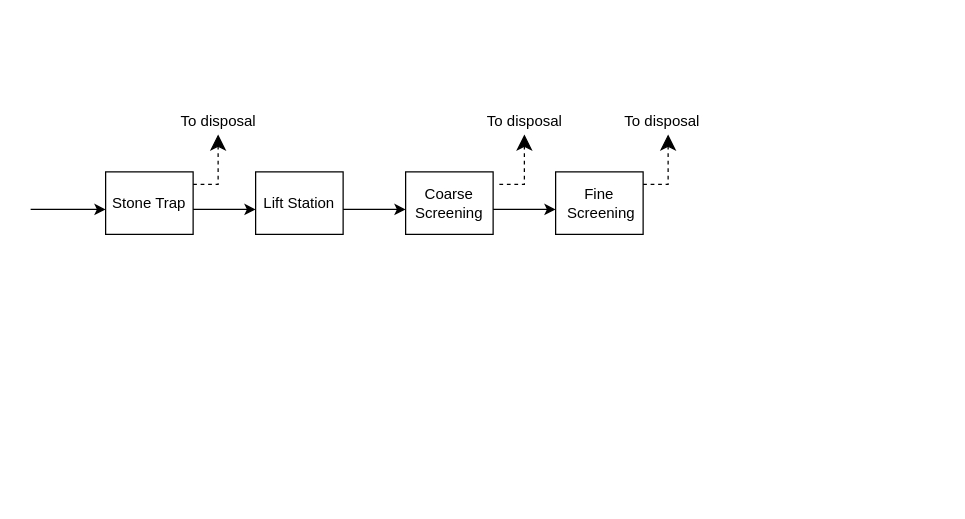
Earlier version of the draw.io diagram Untitled Diagram.drawio (aycatoksoy/MB-Flowchart). Source tidied: cells renumbered, new cells numbered last; positions are measured from the earlier drawing's top-left corner, leaving out a move shared by most shapes. Both pictures are drawn from the tidied source at 125%, with x=0, y=0 at pixel (30, 109).
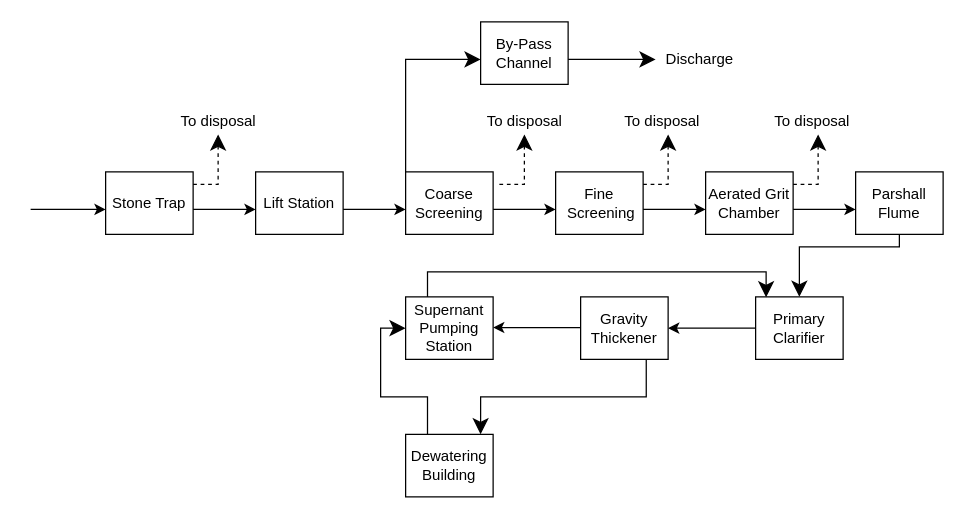
The same page after the edit.

Change to the diagram source:
```diff
@@
+    <mxCell id="16" style="endArrow=classic;html=1;rounded=0;sketch=0;endSize=10;targetPerimeterSpacing=4;strokeWidth=1;jumpStyle=sharp;jumpSize=16;" parent="1" edge="1">
+      <mxGeometry relative="1" as="geometry">
+        <mxPoint x="300" y="50" as="sourcePoint" />
+        <mxPoint x="360" y="-40" as="targetPoint" />
+        <Array as="points">
+          <mxPoint x="300" y="-40" />
+        </Array>
+      </mxGeometry>
+    </mxCell>
+    <mxCell id="17" value="By-Pass Channel&lt;br&gt;" style="rounded=0;whiteSpace=wrap;html=1;" parent="1" vertex="1">
+      <mxGeometry x="360" y="-70" width="70" height="50" as="geometry" />
+    </mxCell>
+    <mxCell id="18" style="endArrow=classic;html=1;rounded=0;sketch=0;endSize=10;targetPerimeterSpacing=4;strokeWidth=1;jumpStyle=sharp;jumpSize=16;" parent="1" edge="1">
+      <mxGeometry relative="1" as="geometry">
+        <mxPoint x="430" y="-40" as="sourcePoint" />
+        <mxPoint x="500" y="-40" as="targetPoint" />
+      </mxGeometry>
+    </mxCell>
+    <mxCell id="19" value="Discharge&lt;br&gt;" style="text;html=1;align=center;verticalAlign=middle;strokeColor=none;fillColor=none;" parent="1" vertex="1">
+      <mxGeometry x="500" y="-50" width="70" height="20" as="geometry" />
+    </mxCell>
+    <mxCell id="20" style="endArrow=classic;html=1;rounded=0;" parent="1" edge="1">
+      <mxGeometry relative="1" as="geometry">
+        <mxPoint x="510" y="80" as="sourcePoint" />
+        <mxPoint x="540" y="80" as="targetPoint" />
+        <Array as="points">
+          <mxPoint x="490" y="80" />
+        </Array>
+      </mxGeometry>
+    </mxCell>
+    <mxCell id="21" value="Aerated Grit Chamber&lt;br&gt;" style="rounded=0;whiteSpace=wrap;html=1;sketch=0;" parent="1" vertex="1">
+      <mxGeometry x="540" y="50" width="70" height="50" as="geometry" />
+    </mxCell>
+    <mxCell id="22" style="endArrow=classic;html=1;rounded=0;" parent="1" edge="1">
+      <mxGeometry relative="1" as="geometry">
+        <mxPoint x="630" y="80" as="sourcePoint" />
+        <mxPoint x="660" y="80" as="targetPoint" />
+        <Array as="points">
+          <mxPoint x="610" y="80" />
+        </Array>
+      </mxGeometry>
+    </mxCell>
+    <mxCell id="23" style="edgeStyle=orthogonalEdgeStyle;rounded=0;sketch=0;jumpStyle=sharp;jumpSize=16;jettySize=auto;html=1;entryX=0.5;entryY=0;entryDx=0;entryDy=0;endSize=10;targetPerimeterSpacing=4;strokeWidth=1;" parent="1" edge="1" source="24" target="27">
+      <mxGeometry relative="1" as="geometry">
+        <Array as="points">
+          <mxPoint x="695" y="110" />
+          <mxPoint x="615" y="110" />
+        </Array>
+      </mxGeometry>
+    </mxCell>
+    <mxCell id="24" value="Parshall Flume&lt;br&gt;" style="rounded=0;whiteSpace=wrap;html=1;sketch=0;" parent="1" vertex="1">
+      <mxGeometry x="660" y="50" width="70" height="50" as="geometry" />
+    </mxCell>
+    <mxCell id="25" style="endArrow=classic;html=1;rounded=0;sketch=0;endSize=10;targetPerimeterSpacing=4;strokeWidth=1;jumpStyle=sharp;jumpSize=16;dashed=1;" parent="1" edge="1">
+      <mxGeometry relative="1" as="geometry">
+        <mxPoint x="610" y="60" as="sourcePoint" />
+        <mxPoint x="630" y="20" as="targetPoint" />
+        <Array as="points">
+          <mxPoint x="630" y="60" />
+        </Array>
+      </mxGeometry>
+    </mxCell>
+    <mxCell id="26" value="To disposal&lt;br&gt;" style="text;html=1;align=center;verticalAlign=middle;strokeColor=none;fillColor=none;" parent="1" vertex="1">
+      <mxGeometry x="590" width="70" height="20" as="geometry" />
+    </mxCell>
+    <mxCell id="27" value="Primary Clarifier&lt;br&gt;" style="rounded=0;whiteSpace=wrap;html=1;sketch=0;" parent="1" vertex="1">
+      <mxGeometry x="580" y="150" width="70" height="50" as="geometry" />
+    </mxCell>
+    <mxCell id="28" style="edgeStyle=orthogonalEdgeStyle;rounded=0;sketch=0;jumpStyle=sharp;jumpSize=16;jettySize=auto;html=1;exitX=0.75;exitY=1;exitDx=0;exitDy=0;entryX=0.857;entryY=0;entryDx=0;entryDy=0;entryPerimeter=0;endSize=10;targetPerimeterSpacing=4;strokeWidth=1;" parent="1" edge="1" source="29" target="35">
+      <mxGeometry relative="1" as="geometry" />
+    </mxCell>
+    <mxCell id="29" value="Gravity Thickener&lt;br&gt;" style="rounded=0;whiteSpace=wrap;html=1;sketch=0;" parent="1" vertex="1">
+      <mxGeometry x="440" y="150" width="70" height="50" as="geometry" />
+    </mxCell>
+    <mxCell id="30" style="endArrow=classic;html=1;rounded=0;entryX=1;entryY=0.5;entryDx=0;entryDy=0;exitX=0;exitY=0.5;exitDx=0;exitDy=0;" parent="1" edge="1" source="27" target="29">
+      <mxGeometry relative="1" as="geometry" />
+    </mxCell>
+    <mxCell id="31" style="edgeStyle=orthogonalEdgeStyle;rounded=0;sketch=0;jumpStyle=sharp;jumpSize=16;jettySize=auto;html=1;exitX=0.25;exitY=0;exitDx=0;exitDy=0;entryX=0.12;entryY=0.008;entryDx=0;entryDy=0;entryPerimeter=0;endSize=10;targetPerimeterSpacing=4;strokeWidth=1;" parent="1" edge="1" source="32" target="27">
+      <mxGeometry relative="1" as="geometry" />
+    </mxCell>
+    <mxCell id="32" value="Supernant Pumping Station" style="rounded=0;whiteSpace=wrap;html=1;sketch=0;" parent="1" vertex="1">
+      <mxGeometry x="300" y="150" width="70" height="50" as="geometry" />
+    </mxCell>
+    <mxCell id="33" style="endArrow=classic;html=1;rounded=0;entryX=1;entryY=0.5;entryDx=0;entryDy=0;exitX=0;exitY=0.5;exitDx=0;exitDy=0;" parent="1" edge="1">
+      <mxGeometry relative="1" as="geometry">
+        <mxPoint x="440" y="174.5" as="sourcePoint" />
+        <mxPoint x="370" y="174.5" as="targetPoint" />
+      </mxGeometry>
+    </mxCell>
+    <mxCell id="34" style="edgeStyle=orthogonalEdgeStyle;rounded=0;sketch=0;jumpStyle=sharp;jumpSize=16;jettySize=auto;html=1;exitX=0.25;exitY=0;exitDx=0;exitDy=0;entryX=0;entryY=0.5;entryDx=0;entryDy=0;endSize=10;targetPerimeterSpacing=4;strokeWidth=1;" parent="1" edge="1" source="35" target="32">
+      <mxGeometry relative="1" as="geometry" />
+    </mxCell>
+    <mxCell id="35" value="Dewatering Building" style="rounded=0;whiteSpace=wrap;html=1;sketch=0;" parent="1" vertex="1">
+      <mxGeometry x="300" y="260" width="70" height="50" as="geometry" />
+    </mxCell>
```
